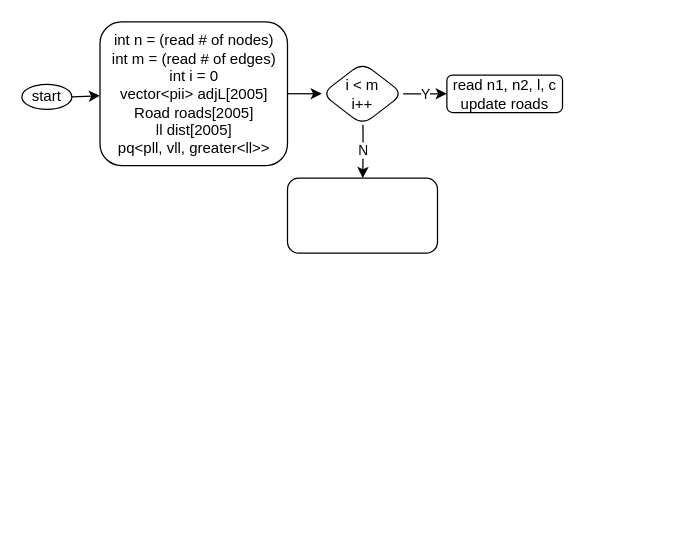
This is page "main" (1 of 3) of c++/cccPractice/problems/senior/2023/design/s4-2.dio from andrew-canada/gomoku, a draw.io file, before an edit. Source tidied: cells renumbered, new cells numbered last; positions are measured from the earlier drawing's top-left corner, leaving out a move shared by most shapes. Both pictures are drawn from the tidied source at 125%, with x=0, y=0 at pixel (21, 21).
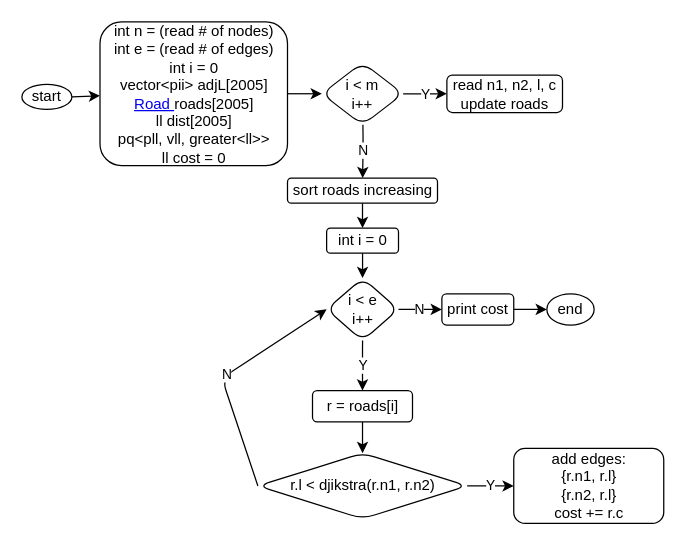
The same diagram, later.

The edit, as a diff of the source:
```diff
@@
-    <mxCell id="5" value="int n = (read # of nodes)&lt;br&gt;int m = (read # of edges)&lt;br&gt;int i = 0&lt;br&gt;vector&amp;lt;pii&amp;gt; adjL[2005]&lt;br&gt;Road roads[2005]&lt;br&gt;ll dist[2005]&lt;br&gt;pq&amp;lt;pll, vll, greater&amp;lt;ll&amp;gt;&amp;gt;" style="rounded=1;whiteSpace=wrap;html=1;" parent="1" vertex="1">
+    <mxCell id="5" value="int n = (read # of nodes)&lt;br&gt;int e = (read # of edges)&lt;br&gt;int i = 0&lt;br&gt;vector&amp;lt;pii&amp;gt; adjL[2005]&lt;br&gt;&lt;a href=&quot;data:page/id,0-1PIGFVkTlC1TluDuV9&quot;&gt;Road &lt;/a&gt;roads[2005]&lt;br&gt;ll dist[2005]&lt;br&gt;pq&amp;lt;pll, vll, greater&amp;lt;ll&amp;gt;&amp;gt;&lt;br&gt;ll cost = 0" style="rounded=1;whiteSpace=wrap;html=1;" parent="1" vertex="1">
       <mxGeometry x="62.5" width="150" height="115" as="geometry" />
     </mxCell>
@@
+    <mxCell id="11" style="edgeStyle=none;html=1;" parent="1" edge="1" source="10" target="13">
+      <mxGeometry relative="1" as="geometry" />
+    </mxCell>
-    <mxCell id="10" style="whiteSpace=wrap;html=1;rounded=1;" parent="1" vertex="1">
-      <mxGeometry x="212.5" y="125" width="120" height="60" as="geometry" />
+    <mxCell id="10" value="sort roads increasing" style="whiteSpace=wrap;html=1;rounded=1;" parent="1" vertex="1">
+      <mxGeometry x="212.5" y="125" width="120" height="20" as="geometry" />
     </mxCell>
+    <mxCell id="12" style="edgeStyle=none;html=1;" parent="1" edge="1" source="13" target="16">
+      <mxGeometry relative="1" as="geometry" />
+    </mxCell>
+    <mxCell id="13" value="int i = 0" style="whiteSpace=wrap;html=1;rounded=1;" parent="1" vertex="1">
+      <mxGeometry x="243.8" y="165" width="57.5" height="20" as="geometry" />
+    </mxCell>
+    <mxCell id="14" value="N" style="edgeStyle=none;html=1;" parent="1" edge="1" source="16" target="18">
+      <mxGeometry relative="1" as="geometry" />
+    </mxCell>
+    <mxCell id="15" value="Y" style="edgeStyle=none;html=1;" parent="1" edge="1" source="16" target="20">
+      <mxGeometry relative="1" as="geometry" />
+    </mxCell>
+    <mxCell id="16" value="i &amp;lt; e&lt;br&gt;i++" style="rhombus;whiteSpace=wrap;html=1;rounded=1;" parent="1" vertex="1">
+      <mxGeometry x="243.8" y="205" width="57.5" height="50" as="geometry" />
+    </mxCell>
+    <mxCell id="17" style="edgeStyle=none;html=1;" parent="1" edge="1" source="18" target="25">
+      <mxGeometry relative="1" as="geometry" />
+    </mxCell>
+    <mxCell id="18" value="print cost" style="whiteSpace=wrap;html=1;rounded=1;" parent="1" vertex="1">
+      <mxGeometry x="336" y="217.5" width="57.5" height="25" as="geometry" />
+    </mxCell>
+    <mxCell id="19" style="edgeStyle=none;html=1;" parent="1" edge="1" source="20" target="23">
+      <mxGeometry relative="1" as="geometry" />
+    </mxCell>
+    <mxCell id="20" value="r = roads[i]" style="whiteSpace=wrap;html=1;rounded=1;" parent="1" vertex="1">
+      <mxGeometry x="232.5" y="295" width="80" height="25" as="geometry" />
+    </mxCell>
+    <mxCell id="21" value="N" style="edgeStyle=none;html=1;exitX=0;exitY=0.5;exitDx=0;exitDy=0;entryX=0;entryY=0.5;entryDx=0;entryDy=0;" parent="1" edge="1" source="23" target="16">
+      <mxGeometry relative="1" as="geometry">
+        <Array as="points">
+          <mxPoint x="160" y="285" />
+        </Array>
+      </mxGeometry>
+    </mxCell>
+    <mxCell id="22" value="Y" style="edgeStyle=none;html=1;" parent="1" edge="1" source="23" target="24">
+      <mxGeometry relative="1" as="geometry" />
+    </mxCell>
+    <mxCell id="23" value="r.l &amp;lt; djikstra(r.n1, r.n2)" style="rhombus;whiteSpace=wrap;html=1;rounded=1;" parent="1" vertex="1">
+      <mxGeometry x="188.8" y="345" width="167.5" height="52.5" as="geometry" />
+    </mxCell>
+    <mxCell id="24" value="add edges:&lt;br&gt;{r.n1, r.l}&lt;br&gt;{r.n2, r.l}&lt;br&gt;cost += r.c" style="whiteSpace=wrap;html=1;rounded=1;" parent="1" vertex="1">
+      <mxGeometry x="393.5" y="341.2" width="120" height="60" as="geometry" />
+    </mxCell>
+    <mxCell id="25" value="end" style="ellipse;whiteSpace=wrap;html=1;rounded=1;" parent="1" vertex="1">
+      <mxGeometry x="420" y="217.5" width="37.8" height="25" as="geometry" />
+    </mxCell>
```
